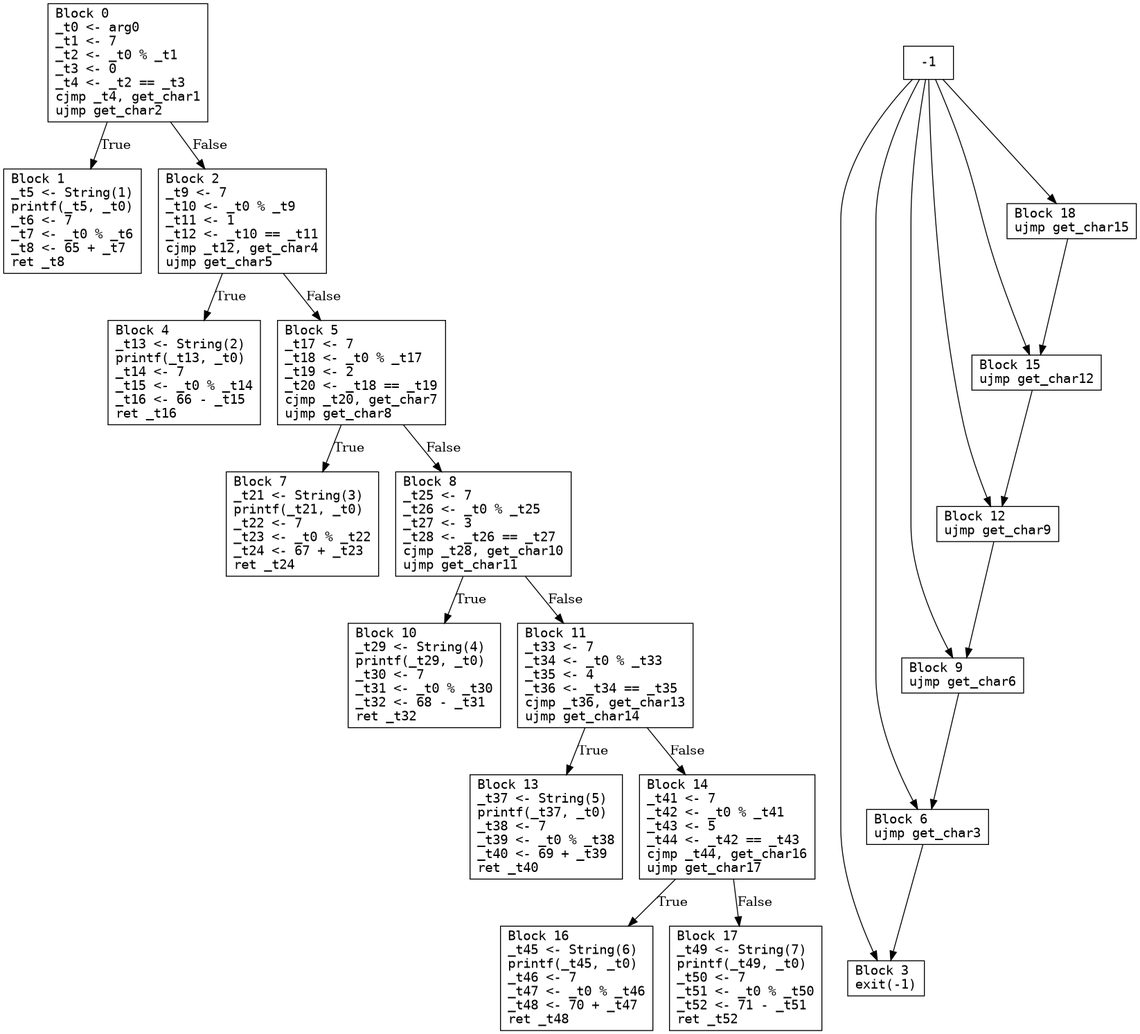
Before: get_char.png, a diagram exported from Graphviz (seanchuck/compiler-s25). Its source is kept beside it as get_char.dot. Source of this version:
```dot
digraph CFG {
  node [shape=box fontname="monospace"];
  0 [label="Block 0\l_t0 <- arg0\l_t1 <- 7\l_t2 <- _t0 % _t1\l_t3 <- 0\l_t4 <- _t2 == _t3\lcjmp _t4, get_char1\lujmp get_char2\l"];
  1 [label="Block 1\l_t5 <- String(1)\lprintf(_t5, _t0)\l_t6 <- 7\l_t7 <- _t0 % _t6\l_t8 <- 65 + _t7\lret _t8\l"];
  2 [label="Block 2\l_t9 <- 7\l_t10 <- _t0 % _t9\l_t11 <- 1\l_t12 <- _t10 == _t11\lcjmp _t12, get_char4\lujmp get_char5\l"];
  3 [label="Block 3\lexit(-1)\l"];
  4 [label="Block 4\l_t13 <- String(2)\lprintf(_t13, _t0)\l_t14 <- 7\l_t15 <- _t0 % _t14\l_t16 <- 66 - _t15\lret _t16\l"];
  5 [label="Block 5\l_t17 <- 7\l_t18 <- _t0 % _t17\l_t19 <- 2\l_t20 <- _t18 == _t19\lcjmp _t20, get_char7\lujmp get_char8\l"];
  6 [label="Block 6\lujmp get_char3\l"];
  7 [label="Block 7\l_t21 <- String(3)\lprintf(_t21, _t0)\l_t22 <- 7\l_t23 <- _t0 % _t22\l_t24 <- 67 + _t23\lret _t24\l"];
  8 [label="Block 8\l_t25 <- 7\l_t26 <- _t0 % _t25\l_t27 <- 3\l_t28 <- _t26 == _t27\lcjmp _t28, get_char10\lujmp get_char11\l"];
  9 [label="Block 9\lujmp get_char6\l"];
  10 [label="Block 10\l_t29 <- String(4)\lprintf(_t29, _t0)\l_t30 <- 7\l_t31 <- _t0 % _t30\l_t32 <- 68 - _t31\lret _t32\l"];
  11 [label="Block 11\l_t33 <- 7\l_t34 <- _t0 % _t33\l_t35 <- 4\l_t36 <- _t34 == _t35\lcjmp _t36, get_char13\lujmp get_char14\l"];
  12 [label="Block 12\lujmp get_char9\l"];
  13 [label="Block 13\l_t37 <- String(5)\lprintf(_t37, _t0)\l_t38 <- 7\l_t39 <- _t0 % _t38\l_t40 <- 69 + _t39\lret _t40\l"];
  14 [label="Block 14\l_t41 <- 7\l_t42 <- _t0 % _t41\l_t43 <- 5\l_t44 <- _t42 == _t43\lcjmp _t44, get_char16\lujmp get_char17\l"];
  15 [label="Block 15\lujmp get_char12\l"];
  16 [label="Block 16\l_t45 <- String(6)\lprintf(_t45, _t0)\l_t46 <- 7\l_t47 <- _t0 % _t46\l_t48 <- 70 + _t47\lret _t48\l"];
  17 [label="Block 17\l_t49 <- String(7)\lprintf(_t49, _t0)\l_t50 <- 7\l_t51 <- _t0 % _t50\l_t52 <- 71 - _t51\lret _t52\l"];
  18 [label="Block 18\lujmp get_char15\l"];
  -1 -> 3 [label=""];
  -1 -> 12 [label=""];
  -1 -> 15 [label=""];
  -1 -> 18 [label=""];
  -1 -> 9 [label=""];
  -1 -> 6 [label=""];
  0 -> 1 [label="True"];
  0 -> 2 [label="False"];
  2 -> 4 [label="True"];
  2 -> 5 [label="False"];
  5 -> 7 [label="True"];
  5 -> 8 [label="False"];
  6 -> 3 [label=""];
  8 -> 10 [label="True"];
  8 -> 11 [label="False"];
  9 -> 6 [label=""];
  11 -> 14 [label="False"];
  11 -> 13 [label="True"];
  12 -> 9 [label=""];
  14 -> 17 [label="False"];
  14 -> 16 [label="True"];
  15 -> 12 [label=""];
  18 -> 15 [label=""];
}
```
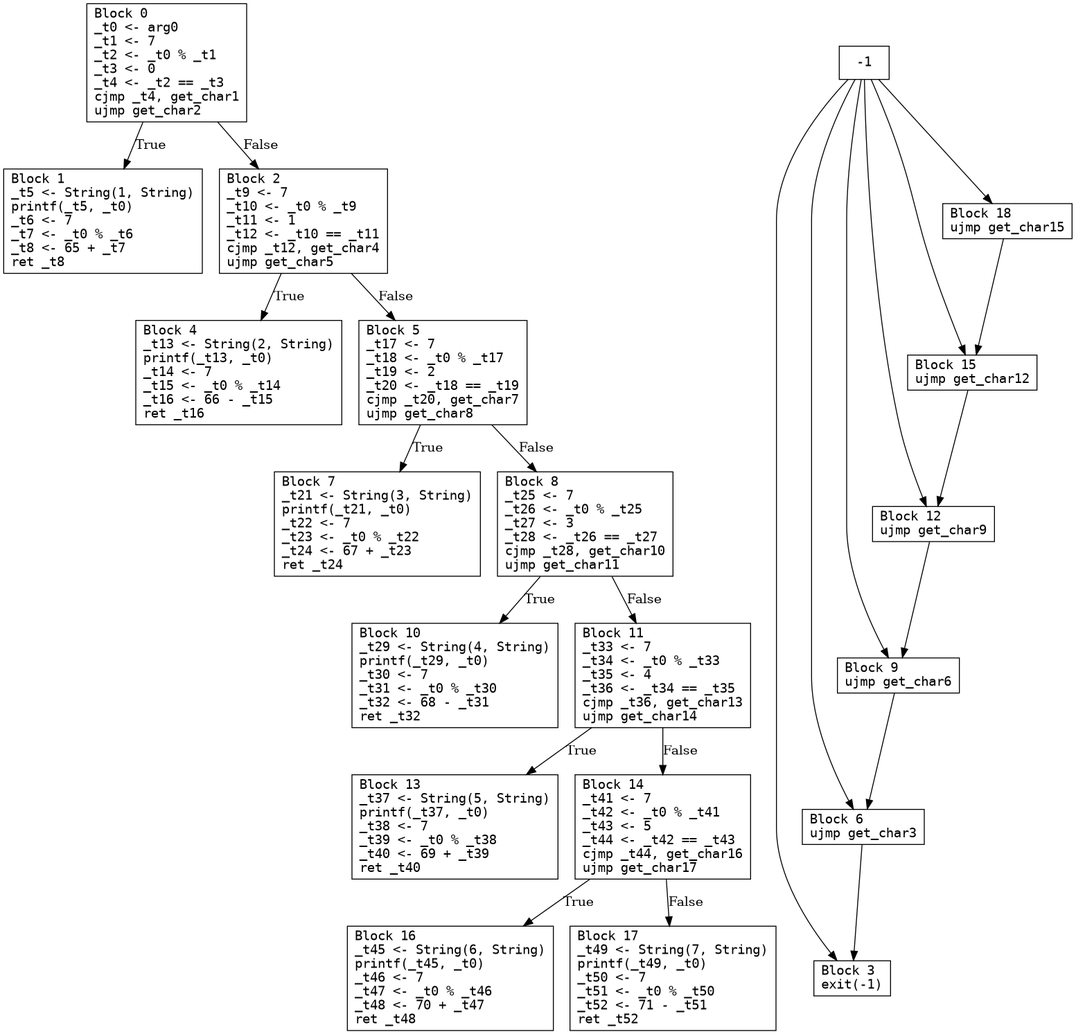
After the commit.

Diff of the diagram source:
```diff
@@ -1,45 +1,45 @@
 digraph CFG {
   node [shape=box fontname="monospace"];
   0 [label="Block 0\l_t0 <- arg0\l_t1 <- 7\l_t2 <- _t0 % _t1\l_t3 <- 0\l_t4 <- _t2 == _t3\lcjmp _t4, get_char1\lujmp get_char2\l"];
-  1 [label="Block 1\l_t5 <- String(1)\lprintf(_t5, _t0)\l_t6 <- 7\l_t7 <- _t0 % _t6\l_t8 <- 65 + _t7\lret _t8\l"];
+  1 [label="Block 1\l_t5 <- String(1, String)\lprintf(_t5, _t0)\l_t6 <- 7\l_t7 <- _t0 % _t6\l_t8 <- 65 + _t7\lret _t8\l"];
   2 [label="Block 2\l_t9 <- 7\l_t10 <- _t0 % _t9\l_t11 <- 1\l_t12 <- _t10 == _t11\lcjmp _t12, get_char4\lujmp get_char5\l"];
   3 [label="Block 3\lexit(-1)\l"];
-  4 [label="Block 4\l_t13 <- String(2)\lprintf(_t13, _t0)\l_t14 <- 7\l_t15 <- _t0 % _t14\l_t16 <- 66 - _t15\lret _t16\l"];
+  4 [label="Block 4\l_t13 <- String(2, String)\lprintf(_t13, _t0)\l_t14 <- 7\l_t15 <- _t0 % _t14\l_t16 <- 66 - _t15\lret _t16\l"];
   5 [label="Block 5\l_t17 <- 7\l_t18 <- _t0 % _t17\l_t19 <- 2\l_t20 <- _t18 == _t19\lcjmp _t20, get_char7\lujmp get_char8\l"];
   6 [label="Block 6\lujmp get_char3\l"];
-  7 [label="Block 7\l_t21 <- String(3)\lprintf(_t21, _t0)\l_t22 <- 7\l_t23 <- _t0 % _t22\l_t24 <- 67 + _t23\lret _t24\l"];
+  7 [label="Block 7\l_t21 <- String(3, String)\lprintf(_t21, _t0)\l_t22 <- 7\l_t23 <- _t0 % _t22\l_t24 <- 67 + _t23\lret _t24\l"];
   8 [label="Block 8\l_t25 <- 7\l_t26 <- _t0 % _t25\l_t27 <- 3\l_t28 <- _t26 == _t27\lcjmp _t28, get_char10\lujmp get_char11\l"];
   9 [label="Block 9\lujmp get_char6\l"];
-  10 [label="Block 10\l_t29 <- String(4)\lprintf(_t29, _t0)\l_t30 <- 7\l_t31 <- _t0 % _t30\l_t32 <- 68 - _t31\lret _t32\l"];
+  10 [label="Block 10\l_t29 <- String(4, String)\lprintf(_t29, _t0)\l_t30 <- 7\l_t31 <- _t0 % _t30\l_t32 <- 68 - _t31\lret _t32\l"];
   11 [label="Block 11\l_t33 <- 7\l_t34 <- _t0 % _t33\l_t35 <- 4\l_t36 <- _t34 == _t35\lcjmp _t36, get_char13\lujmp get_char14\l"];
   12 [label="Block 12\lujmp get_char9\l"];
-  13 [label="Block 13\l_t37 <- String(5)\lprintf(_t37, _t0)\l_t38 <- 7\l_t39 <- _t0 % _t38\l_t40 <- 69 + _t39\lret _t40\l"];
+  13 [label="Block 13\l_t37 <- String(5, String)\lprintf(_t37, _t0)\l_t38 <- 7\l_t39 <- _t0 % _t38\l_t40 <- 69 + _t39\lret _t40\l"];
   14 [label="Block 14\l_t41 <- 7\l_t42 <- _t0 % _t41\l_t43 <- 5\l_t44 <- _t42 == _t43\lcjmp _t44, get_char16\lujmp get_char17\l"];
   15 [label="Block 15\lujmp get_char12\l"];
-  16 [label="Block 16\l_t45 <- String(6)\lprintf(_t45, _t0)\l_t46 <- 7\l_t47 <- _t0 % _t46\l_t48 <- 70 + _t47\lret _t48\l"];
-  17 [label="Block 17\l_t49 <- String(7)\lprintf(_t49, _t0)\l_t50 <- 7\l_t51 <- _t0 % _t50\l_t52 <- 71 - _t51\lret _t52\l"];
+  16 [label="Block 16\l_t45 <- String(6, String)\lprintf(_t45, _t0)\l_t46 <- 7\l_t47 <- _t0 % _t46\l_t48 <- 70 + _t47\lret _t48\l"];
+  17 [label="Block 17\l_t49 <- String(7, String)\lprintf(_t49, _t0)\l_t50 <- 7\l_t51 <- _t0 % _t50\l_t52 <- 71 - _t51\lret _t52\l"];
   18 [label="Block 18\lujmp get_char15\l"];
   -1 -> 3 [label=""];
   -1 -> 12 [label=""];
+  -1 -> 18 [label=""];
   -1 -> 15 [label=""];
-  -1 -> 18 [label=""];
   -1 -> 9 [label=""];
   -1 -> 6 [label=""];
   0 -> 1 [label="True"];
   0 -> 2 [label="False"];
+  2 -> 5 [label="False"];
   2 -> 4 [label="True"];
-  2 -> 5 [label="False"];
   5 -> 7 [label="True"];
   5 -> 8 [label="False"];
   6 -> 3 [label=""];
   8 -> 10 [label="True"];
   8 -> 11 [label="False"];
   9 -> 6 [label=""];
+  11 -> 13 [label="True"];
   11 -> 14 [label="False"];
-  11 -> 13 [label="True"];
   12 -> 9 [label=""];
+  14 -> 16 [label="True"];
   14 -> 17 [label="False"];
-  14 -> 16 [label="True"];
   15 -> 12 [label=""];
   18 -> 15 [label=""];
 }
```
